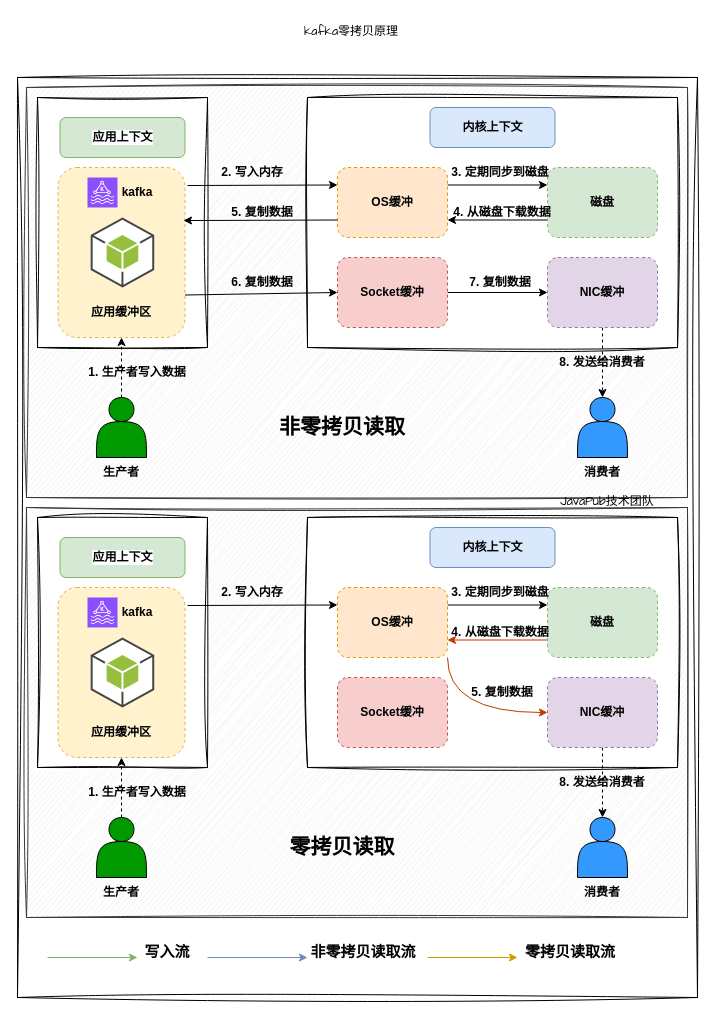
Before: image-text/kafka零拷贝原理.drawio in Rodert/javapub_oss, a draw.io diagram. Source tidied: cells renumbered, new cells numbered last; positions are measured from the earlier drawing's top-left corner, leaving out a move shared by most shapes. Both pictures are drawn from the tidied source at 100%, with x=0, y=0 at pixel (17, 17).
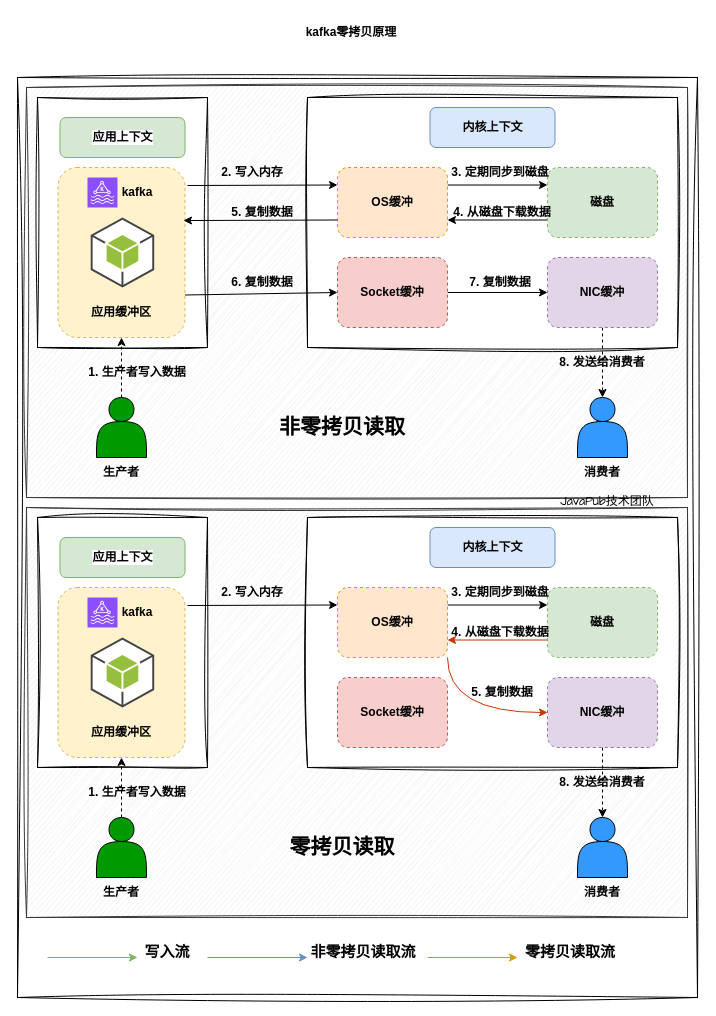
Above is the later version.

Commit message (it also covers changes not shown here):
更新kafka零拷贝原理.drawio

What changed in the source:
```diff
@@
-    <mxCell id="6" value="kafka零拷贝原理" style="text;html=1;align=center;verticalAlign=middle;whiteSpace=wrap;rounded=0;fontFamily=Architects Daughter;" parent="1" vertex="1">
+    <mxCell id="6" value="kafka零拷贝原理" style="text;html=1;align=center;verticalAlign=middle;whiteSpace=wrap;rounded=0;fontFamily=Helvetica;fontStyle=1;" parent="1" vertex="1">
       <mxGeometry x="259" width="150" height="30" as="geometry" />
     </mxCell>
```
